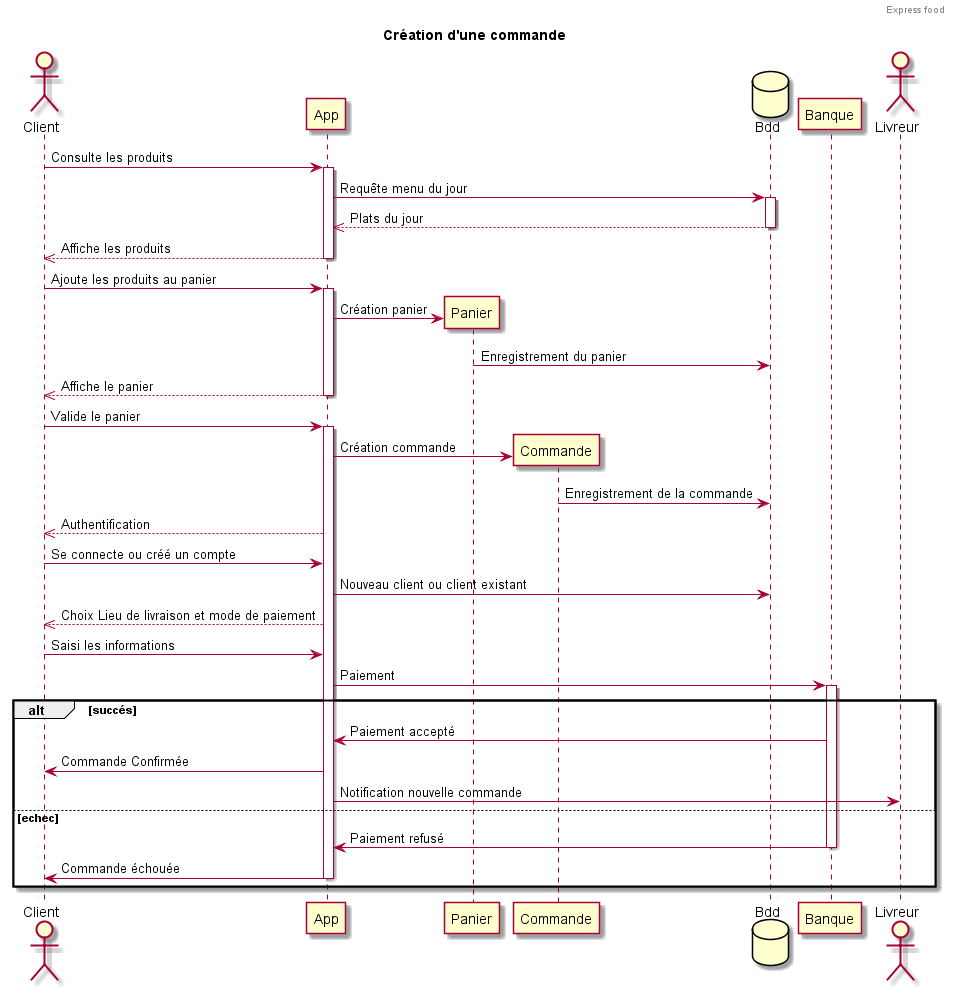
Before: P4_04_schémaUML_Sequence_Creation_Commande.png, a diagram exported from PlantUML (ArtGM/express-food).
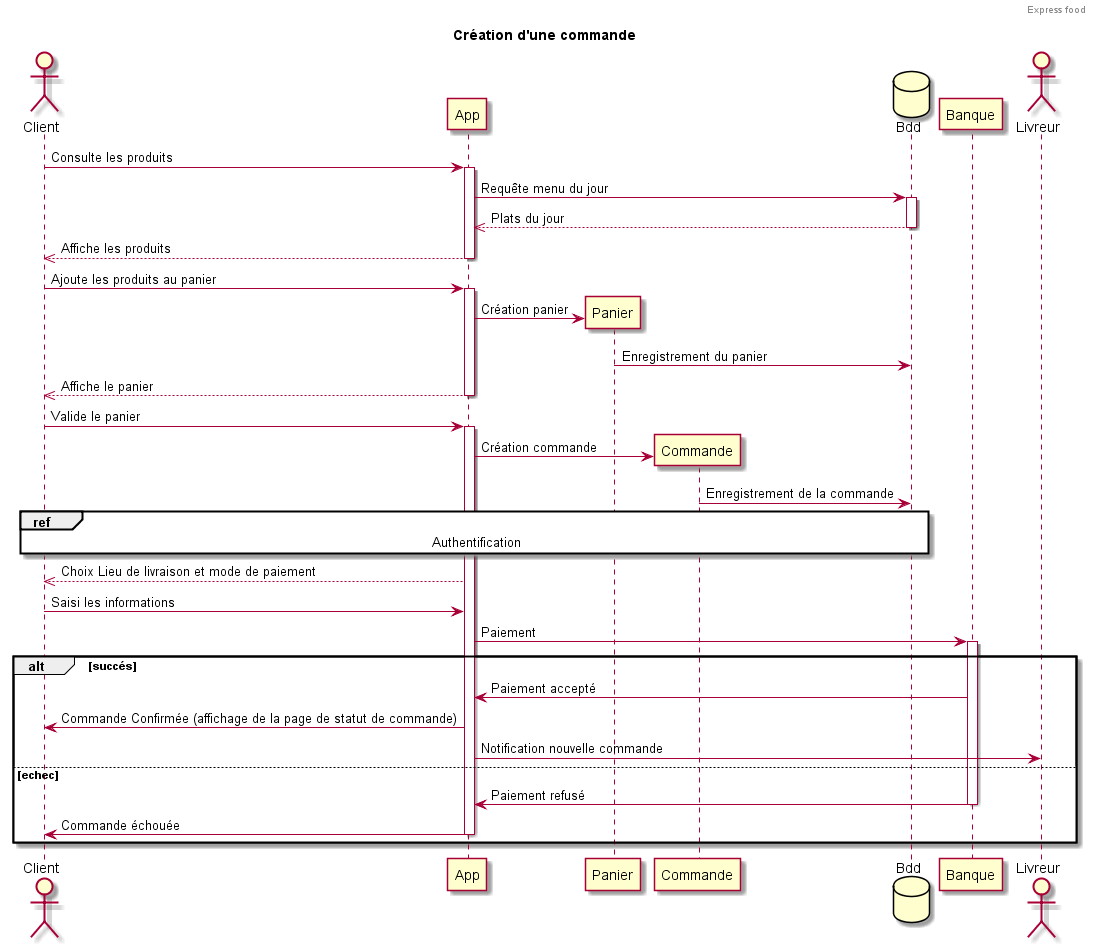
Above is the later version.

Change to the diagram source:
```diff
@@ -28,16 +28,14 @@
 create Commande
 App -> Commande: Création commande
 Commande -> Bdd: Enregistrement de la commande
-App -->> Client: Authentification
-Client -> App: Se connecte ou créé un compte
-App -> Bdd: Nouveau client ou client existant
+ref over Client, App, Bdd : Authentification
 App -->> Client: Choix Lieu de livraison et mode de paiement
 Client -> App: Saisi les informations
 App -> Banque: Paiement
 alt succés
 activate Banque
   Banque -> App: Paiement accepté
-  App -> Client: Commande Confirmée
+  App -> Client: Commande Confirmée (affichage de la page de statut de commande)
   App -> Livreur: Notification nouvelle commande
 else echec
   Banque -> App: Paiement refusé
```
